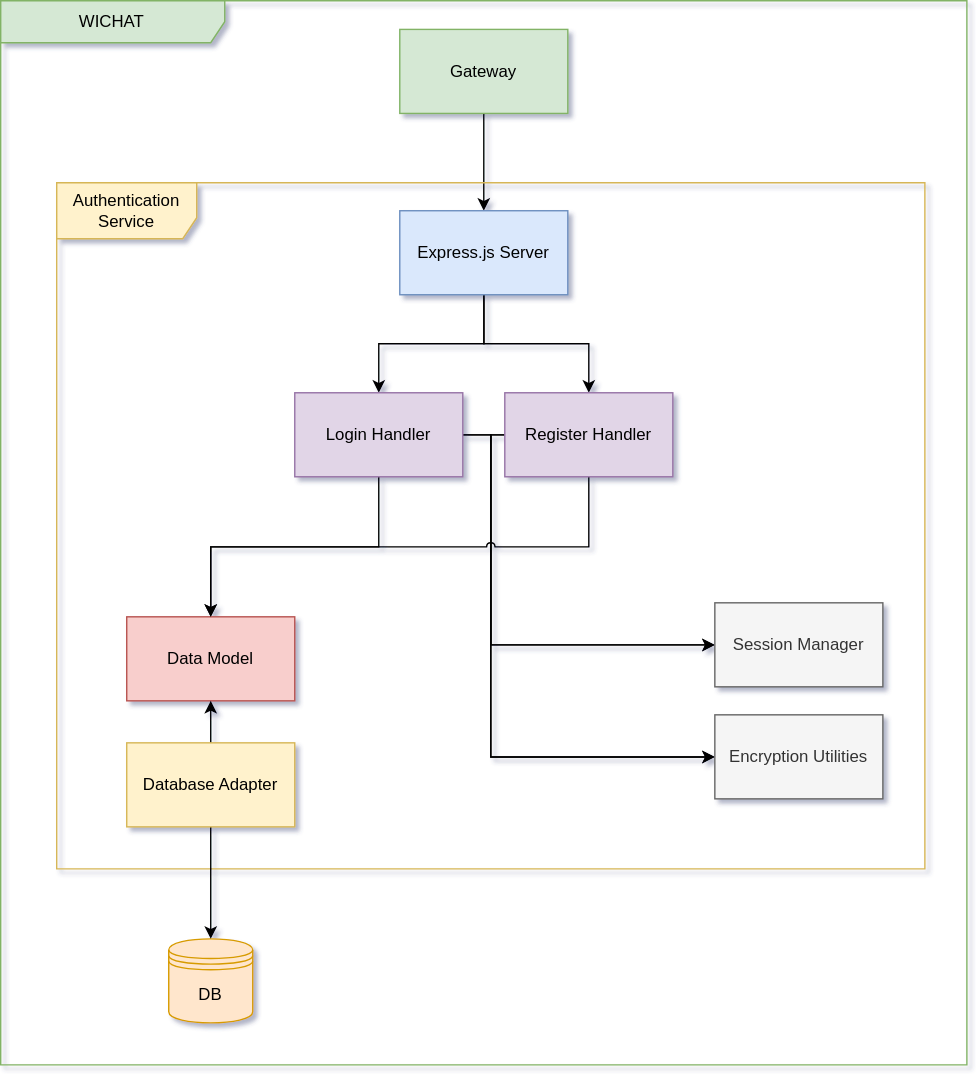
Arquisoft/wichat_en1c keeps this draw.io diagram as docs/images/build_block_view/auth_service.drawio.svg. Above is the earlier version. Source tidied: cells renumbered, new cells last; positions are measured from the earlier drawing's top-left corner, leaving out a move shared by most shapes.
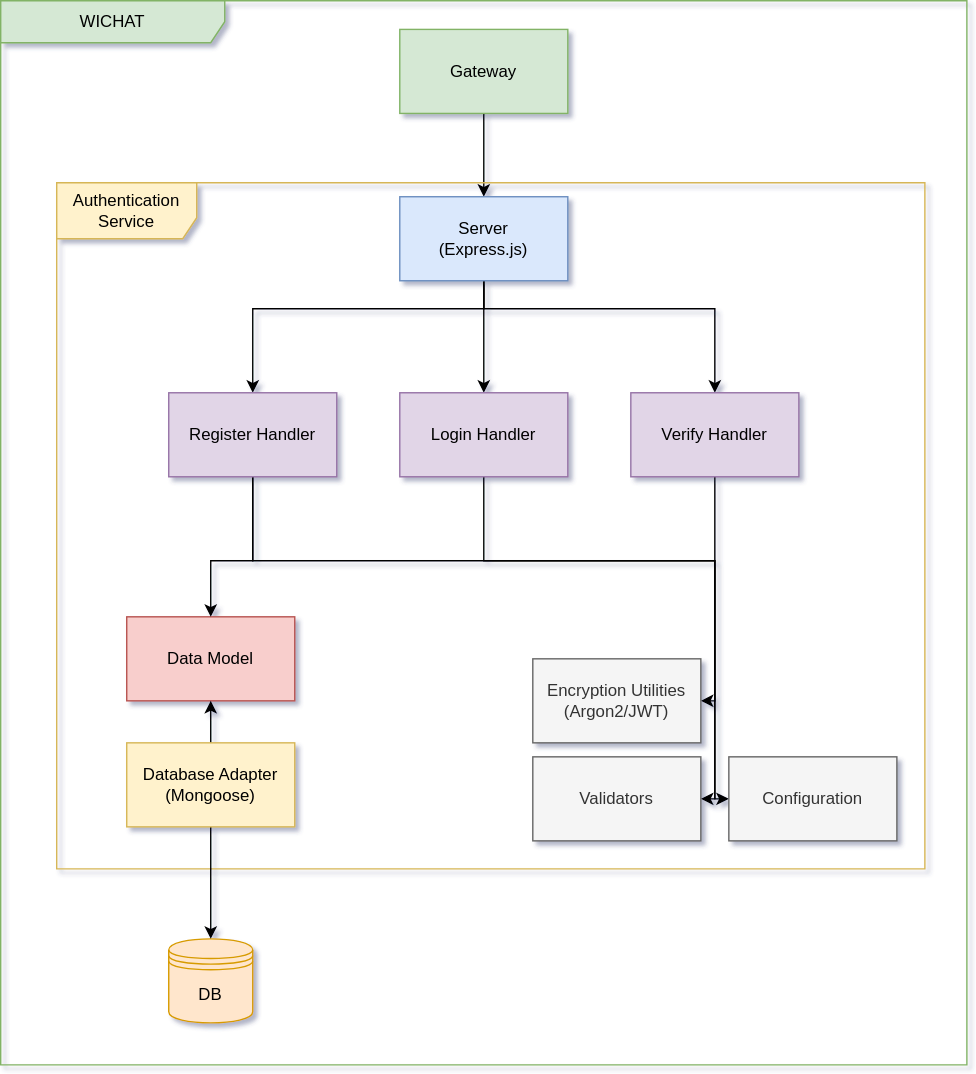
Above is the later version.

Commit message:
docs(auth): :memo: updated service documentation and diagram

What changed in the source:
```diff
@@ -5,7 +5,7 @@
     <mxCell id="2" value="WICHAT" style="shape=umlFrame;whiteSpace=wrap;html=1;width=160;fillColor=#d5e8d4;strokeColor=#82b366;" parent="1" vertex="1">
       <mxGeometry width="690" height="760" as="geometry" />
     </mxCell>
-    <mxCell id="3" style="edgeStyle=orthogonalEdgeStyle;rounded=0;jettySize=auto;html=1;" parent="2" edge="1" source="4" target="10">
+    <mxCell id="3" style="edgeStyle=orthogonalEdgeStyle;rounded=0;jettySize=auto;html=1;" parent="2" edge="1" source="4" target="11">
       <mxGeometry relative="1" as="geometry" />
     </mxCell>
     <mxCell id="4" value="Gateway" style="rounded=0;whiteSpace=wrap;html=1;fillColor=#d5e8d4;strokeColor=#82b366;" parent="2" vertex="1">
@@ -20,83 +20,87 @@
     <mxCell id="7" value="Data Model" style="rounded=0;whiteSpace=wrap;html=1;fillColor=#f8cecc;strokeColor=#b85450;" parent="2" vertex="1">
       <mxGeometry x="90" y="440" width="120" height="60" as="geometry" />
     </mxCell>
-    <mxCell id="8" style="edgeStyle=orthogonalEdgeStyle;rounded=0;jettySize=auto;html=1;" parent="2" edge="1" source="10" target="17">
+    <mxCell id="8" style="edgeStyle=orthogonalEdgeStyle;rounded=0;jettySize=auto;html=1;" parent="2" edge="1" source="11" target="16">
       <mxGeometry relative="1" as="geometry" />
     </mxCell>
-    <mxCell id="9" style="edgeStyle=orthogonalEdgeStyle;rounded=0;jettySize=auto;html=1;" parent="2" edge="1" source="10" target="21">
-      <mxGeometry relative="1" as="geometry" />
+    <mxCell id="9" style="edgeStyle=orthogonalEdgeStyle;rounded=0;jettySize=auto;html=1;" parent="2" edge="1" source="11" target="22">
+      <mxGeometry relative="1" as="geometry">
+        <Array as="points">
+          <mxPoint x="345" y="220" />
+          <mxPoint x="510" y="220" />
+        </Array>
+      </mxGeometry>
     </mxCell>
-    <mxCell id="10" value="Express.js Server" style="rounded=0;whiteSpace=wrap;html=1;fillColor=#dae8fc;strokeColor=#6c8ebf;" parent="2" vertex="1">
-      <mxGeometry x="285" y="150" width="120" height="60" as="geometry" />
+    <mxCell id="10" style="edgeStyle=orthogonalEdgeStyle;rounded=0;jettySize=auto;html=1;" parent="2" edge="1" source="11" target="19">
+      <mxGeometry relative="1" as="geometry">
+        <Array as="points">
+          <mxPoint x="345" y="220" />
+          <mxPoint x="180" y="220" />
+        </Array>
+      </mxGeometry>
     </mxCell>
-    <mxCell id="11" style="edgeStyle=orthogonalEdgeStyle;rounded=0;jettySize=auto;html=1;entryX=0.5;entryY=0;entryDx=0;entryDy=0;exitX=0.5;exitY=1;exitDx=0;exitDy=0;" parent="2" edge="1" source="13" target="5">
-      <mxGeometry relative="1" as="geometry" />
+    <mxCell id="11" value="Server&lt;div&gt;(Express.js)&lt;/div&gt;" style="rounded=0;whiteSpace=wrap;html=1;fillColor=#dae8fc;strokeColor=#6c8ebf;" parent="2" vertex="1">
+      <mxGeometry x="285" y="140" width="120" height="60" as="geometry" />
     </mxCell>
-    <mxCell id="12" style="edgeStyle=orthogonalEdgeStyle;rounded=0;jettySize=auto;html=1;" parent="2" edge="1" source="13" target="7">
+    <mxCell id="12" style="edgeStyle=orthogonalEdgeStyle;rounded=0;jettySize=auto;html=1;entryX=0.5;entryY=0;entryDx=0;entryDy=0;exitX=0.5;exitY=1;exitDx=0;exitDy=0;" parent="2" edge="1" source="14" target="5">
       <mxGeometry relative="1" as="geometry" />
     </mxCell>
-    <mxCell id="13" value="Database Adapter" style="rounded=0;whiteSpace=wrap;html=1;fillColor=#fff2cc;strokeColor=#d6b656;" parent="2" vertex="1">
-      <mxGeometry x="90" y="530" width="120" height="60" as="geometry" />
+    <mxCell id="13" style="edgeStyle=orthogonalEdgeStyle;rounded=0;jettySize=auto;html=1;" parent="2" edge="1" source="14" target="7">
+      <mxGeometry relative="1" as="geometry" />
     </mxCell>
-    <mxCell id="14" style="edgeStyle=orthogonalEdgeStyle;rounded=0;jettySize=auto;html=1;" parent="2" edge="1" source="17" target="22">
-      <mxGeometry relative="1" as="geometry">
-        <Array as="points">
-          <mxPoint x="350" y="310" />
-          <mxPoint x="350" y="460" />
-        </Array>
-      </mxGeometry>
+    <mxCell id="14" value="Database Adapter&lt;div&gt;(Mongoose)&lt;/div&gt;" style="rounded=0;whiteSpace=wrap;html=1;fillColor=#fff2cc;strokeColor=#d6b656;" parent="2" vertex="1">
+      <mxGeometry x="90" y="530" width="120" height="60" as="geometry" />
     </mxCell>
-    <mxCell id="15" style="edgeStyle=orthogonalEdgeStyle;rounded=0;jettySize=auto;html=1;" parent="2" edge="1" source="17" target="23">
+    <mxCell id="15" style="edgeStyle=orthogonalEdgeStyle;rounded=0;jettySize=auto;html=1;" parent="2" edge="1" source="16" target="20">
       <mxGeometry relative="1" as="geometry">
         <Array as="points">
-          <mxPoint x="350" y="310" />
-          <mxPoint x="350" y="540" />
+          <mxPoint x="345" y="400" />
+          <mxPoint x="510" y="400" />
+          <mxPoint x="510" y="500" />
         </Array>
       </mxGeometry>
     </mxCell>
-    <mxCell id="16" style="edgeStyle=orthogonalEdgeStyle;rounded=0;jettySize=auto;html=1;" parent="2" edge="1" source="17" target="7">
-      <mxGeometry relative="1" as="geometry">
-        <Array as="points">
-          <mxPoint x="270" y="390" />
-          <mxPoint x="150" y="390" />
-        </Array>
-      </mxGeometry>
+    <mxCell id="16" value="Login Handler" style="whiteSpace=wrap;html=1;fillColor=#e1d5e7;strokeColor=#9673a6;" parent="2" vertex="1">
+      <mxGeometry x="285" y="280" width="120" height="60" as="geometry" />
     </mxCell>
-    <mxCell id="17" value="Login Handler" style="whiteSpace=wrap;html=1;fillColor=#e1d5e7;strokeColor=#9673a6;" parent="2" vertex="1">
-      <mxGeometry x="210" y="280" width="120" height="60" as="geometry" />
+    <mxCell id="17" style="edgeStyle=orthogonalEdgeStyle;rounded=0;jettySize=auto;html=1;" parent="2" edge="1" source="19" target="7">
+      <mxGeometry relative="1" as="geometry">
+        <Array as="points">
+          <mxPoint x="180" y="400" />
+          <mxPoint x="150" y="400" />
+        </Array>
+      </mxGeometry>
     </mxCell>
-    <mxCell id="18" style="edgeStyle=orthogonalEdgeStyle;rounded=0;jettySize=auto;html=1;" parent="2" edge="1" source="21" target="22">
+    <mxCell id="18" style="edgeStyle=orthogonalEdgeStyle;rounded=0;jettySize=auto;html=1;entryX=1;entryY=0.5;entryDx=0;entryDy=0;" parent="2" edge="1" source="19" target="24">
       <mxGeometry relative="1" as="geometry">
         <Array as="points">
-          <mxPoint x="350" y="310" />
-          <mxPoint x="350" y="460" />
+          <mxPoint x="180" y="400" />
+          <mxPoint x="510" y="400" />
+          <mxPoint x="510" y="570" />
         </Array>
       </mxGeometry>
     </mxCell>
-    <mxCell id="19" style="edgeStyle=orthogonalEdgeStyle;rounded=0;jettySize=auto;html=1;jumpStyle=arc;" parent="2" edge="1" source="21" target="23">
-      <mxGeometry relative="1" as="geometry">
-        <Array as="points">
-          <mxPoint x="350" y="310" />
-          <mxPoint x="350" y="540" />
-        </Array>
-      </mxGeometry>
+    <mxCell id="19" value="Register Handler" style="whiteSpace=wrap;html=1;fillColor=#e1d5e7;strokeColor=#9673a6;" parent="2" vertex="1">
+      <mxGeometry x="120" y="280" width="120" height="60" as="geometry" />
     </mxCell>
-    <mxCell id="20" style="edgeStyle=orthogonalEdgeStyle;rounded=0;jettySize=auto;html=1;jumpStyle=arc;" parent="2" edge="1" source="21" target="7">
-      <mxGeometry relative="1" as="geometry">
-        <Array as="points">
-          <mxPoint x="420" y="390" />
-          <mxPoint x="150" y="390" />
-        </Array>
-      </mxGeometry>
+    <mxCell id="20" value="Encryption Utilities&lt;div&gt;(Argon2/JWT)&lt;/div&gt;" style="whiteSpace=wrap;html=1;fillColor=#f5f5f5;strokeColor=#666666;fontColor=#333333;" parent="2" vertex="1">
+      <mxGeometry x="380" y="470" width="120" height="60" as="geometry" />
     </mxCell>
-    <mxCell id="21" value="Register Handler" style="whiteSpace=wrap;html=1;fillColor=#e1d5e7;strokeColor=#9673a6;" parent="2" vertex="1">
-      <mxGeometry x="360" y="280" width="120" height="60" as="geometry" />
+    <mxCell id="21" style="edgeStyle=orthogonalEdgeStyle;rounded=0;jettySize=auto;html=1;entryX=0;entryY=0.5;entryDx=0;entryDy=0;" parent="2" edge="1" source="22" target="23">
+      <mxGeometry relative="1" as="geometry">
+        <Array as="points">
+          <mxPoint x="510" y="570" />
+        </Array>
+      </mxGeometry>
     </mxCell>
-    <mxCell id="22" value="Session Manager" style="whiteSpace=wrap;html=1;fillColor=#f5f5f5;fontColor=#333333;strokeColor=#666666;" parent="2" vertex="1">
-      <mxGeometry x="510" y="430" width="120" height="60" as="geometry" />
+    <mxCell id="22" value="Verify Handler" style="whiteSpace=wrap;html=1;fillColor=#e1d5e7;strokeColor=#9673a6;" parent="2" vertex="1">
+      <mxGeometry x="450" y="280" width="120" height="60" as="geometry" />
     </mxCell>
-    <mxCell id="23" value="Encryption Utilities" style="whiteSpace=wrap;html=1;fillColor=#f5f5f5;strokeColor=#666666;fontColor=#333333;" parent="2" vertex="1">
-      <mxGeometry x="510" y="510" width="120" height="60" as="geometry" />
+    <mxCell id="23" value="Configuration" style="whiteSpace=wrap;html=1;fillColor=#f5f5f5;fontColor=#333333;strokeColor=#666666;" parent="2" vertex="1">
+      <mxGeometry x="520" y="540" width="120" height="60" as="geometry" />
     </mxCell>
+    <mxCell id="24" value="Validators" style="whiteSpace=wrap;html=1;fillColor=#f5f5f5;fontColor=#333333;strokeColor=#666666;" parent="2" vertex="1">
+      <mxGeometry x="380" y="540" width="120" height="60" as="geometry" />
+    </mxCell>
   </root>
 </mxGraphModel>
```
